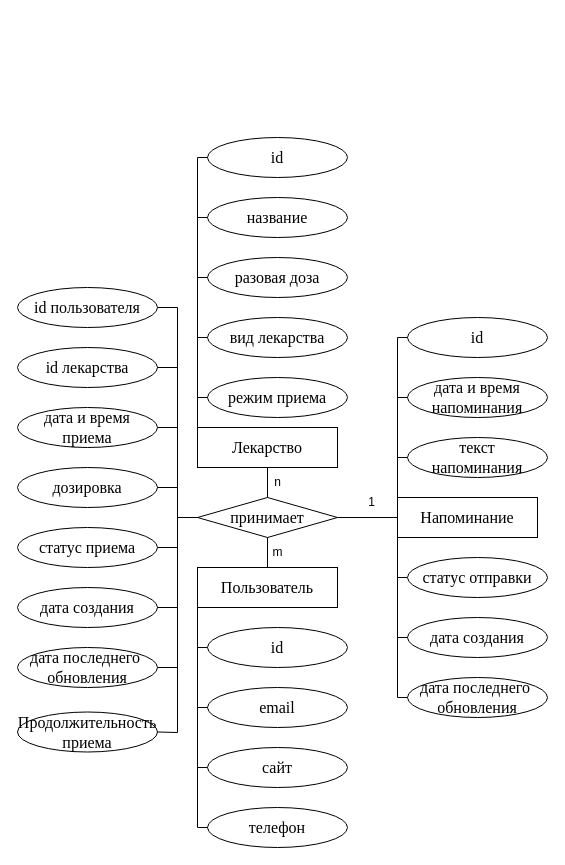
nikitalystsev/sem_06_bmstu keeps this draw.io diagram as ppo/labs/lab_01/img/scheme_drawio/er-diag.drawio. Above is the earlier version. Source tidied: cells renumbered, new cells numbered last; positions are measured from the earlier drawing's top-left corner, leaving out a move shared by most shapes. Both pictures are drawn from the tidied source at 100%, with x=0, y=0 at pixel (17, 137).
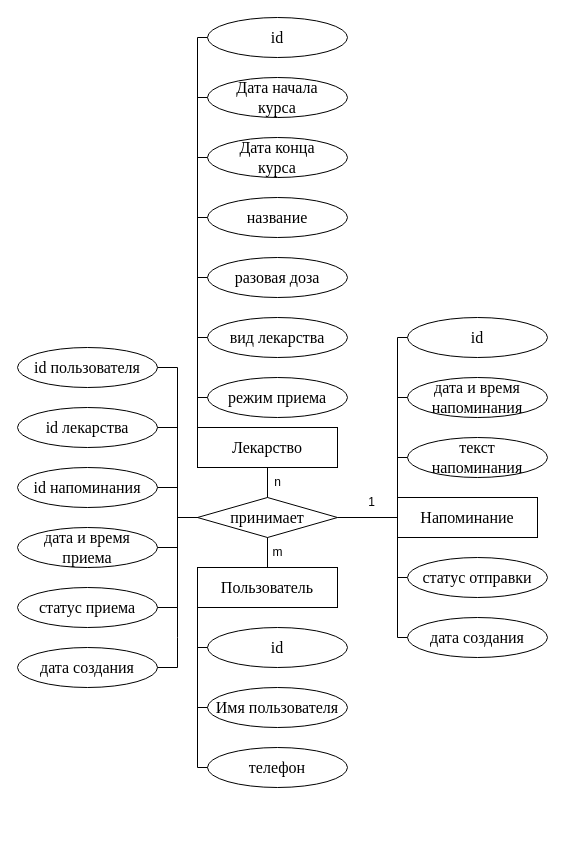
After the change.

Unchanged cells that the change refers to:
```xml
<mxCell id="2" value="Пользователь" style="rounded=0;whiteSpace=wrap;html=1;fontFamily=Times New Roman;fontSize=16;points=[[0,0,0,0,0],[0,0.25,0,0,0],[0,0.5,0,0,0],[0,0.75,0,0,0],[0,1,0,0,0],[0.43,0,0,0,0],[0.43,1,0,0,0],[0.5,0,0,0,0],[0.5,1,0,0,0],[0.57,0,0,0,0],[0.57,1,0,0,0],[1,0,0,0,0],[1,0.25,0,0,0],[1,0.5,0,0,0],[1,0.75,0,0,0],[1,1,0,0,0]];" parent="1" vertex="1">
  <mxGeometry x="180" y="430" width="140" height="40" as="geometry" />
</mxCell>
<mxCell id="22" value="принимает" style="rhombus;whiteSpace=wrap;html=1;fontFamily=Times New Roman;fontSize=16;spacingTop=0;" parent="1" vertex="1">
  <mxGeometry x="180" y="360" width="140" height="40" as="geometry" />
</mxCell>
```

Change to the diagram source:
```diff
@@
-    <mxCell id="3" value="сайт" style="ellipse;whiteSpace=wrap;html=1;fontFamily=Times New Roman;fontSize=16;" parent="1" vertex="1">
+    <mxCell id="3" value="телефон" style="ellipse;whiteSpace=wrap;html=1;fontFamily=Times New Roman;fontSize=16;" parent="1" vertex="1">
       <mxGeometry x="190" y="610" width="140" height="40" as="geometry" />
     </mxCell>
-    <mxCell id="4" value="телефон" style="ellipse;whiteSpace=wrap;html=1;fontFamily=Times New Roman;fontSize=16;" parent="1" vertex="1">
-      <mxGeometry x="190" y="670" width="140" height="40" as="geometry" />
-    </mxCell>
-    <mxCell id="5" value="email" style="ellipse;whiteSpace=wrap;html=1;fontFamily=Times New Roman;fontSize=16;" parent="1" vertex="1">
+    <mxCell id="5" value="Имя пользователя" style="ellipse;whiteSpace=wrap;html=1;fontFamily=Times New Roman;fontSize=16;" parent="1" vertex="1">
       <mxGeometry x="190" y="550" width="140" height="40" as="geometry" />
     </mxCell>
@@
     <mxCell id="9" value="id" style="ellipse;whiteSpace=wrap;html=1;fontFamily=Times New Roman;fontSize=16;" parent="1" vertex="1">
-      <mxGeometry x="190" width="140" height="40" as="geometry" />
+      <mxGeometry x="190" y="-120" width="140" height="40" as="geometry" />
     </mxCell>
@@
     <mxCell id="13" style="endArrow=none;html=1;rounded=0;entryX=0;entryY=0.5;entryDx=0;entryDy=0;" parent="1" edge="1" target="9">
       <mxGeometry relative="1" as="geometry">
         <mxPoint x="180" y="290" as="sourcePoint" />
         <Array as="points">
           <mxPoint x="180" y="20" />
+          <mxPoint x="180" y="-100" />
         </Array>
       </mxGeometry>
     </mxCell>
@@
-    <mxCell id="18" style="endArrow=none;html=1;rounded=0;entryX=0;entryY=1;entryDx=0;entryDy=0;entryPerimeter=0;exitX=0;exitY=0.5;exitDx=0;exitDy=0;" parent="1" edge="1" source="4" target="2">
-      <mxGeometry relative="1" as="geometry">
-        <Array as="points">
-          <mxPoint x="180" y="690" />
-        </Array>
-      </mxGeometry>
-    </mxCell>
@@
-    <mxCell id="37" value="дата последнего&amp;nbsp;&lt;br&gt;обновления" style="ellipse;whiteSpace=wrap;html=1;fontFamily=Times New Roman;fontSize=16;" parent="1" vertex="1">
-      <mxGeometry x="390" y="540" width="140" height="40" as="geometry" />
-    </mxCell>
-    <mxCell id="38" style="endArrow=none;html=1;rounded=0;entryX=0;entryY=1;entryDx=0;entryDy=0;entryPerimeter=0;exitX=0;exitY=0.5;exitDx=0;exitDy=0;" parent="1" edge="1" source="37">
-      <mxGeometry relative="1" as="geometry">
-        <mxPoint x="380" y="340" as="targetPoint" />
-        <Array as="points">
-          <mxPoint x="380" y="560" />
-        </Array>
-      </mxGeometry>
-    </mxCell>
@@
     <mxCell id="42" value="id лекарства" style="ellipse;whiteSpace=wrap;html=1;fontFamily=Times New Roman;fontSize=16;" parent="1" vertex="1">
-      <mxGeometry y="210" width="140" height="40" as="geometry" />
+      <mxGeometry y="270" width="140" height="40" as="geometry" />
     </mxCell>
     <mxCell id="43" value="дата и время приема" style="ellipse;whiteSpace=wrap;html=1;fontFamily=Times New Roman;fontSize=16;" parent="1" vertex="1">
-      <mxGeometry y="270" width="140" height="40" as="geometry" />
+      <mxGeometry y="390" width="140" height="40" as="geometry" />
     </mxCell>
     <mxCell id="44" value="id пользователя" style="ellipse;whiteSpace=wrap;html=1;fontFamily=Times New Roman;fontSize=16;" parent="1" vertex="1">
-      <mxGeometry y="150" width="140" height="40" as="geometry" />
+      <mxGeometry y="210" width="140" height="40" as="geometry" />
     </mxCell>
-    <mxCell id="45" value="дозировка" style="ellipse;whiteSpace=wrap;html=1;fontFamily=Times New Roman;fontSize=16;" parent="1" vertex="1">
-      <mxGeometry y="330" width="140" height="40" as="geometry" />
-    </mxCell>
     <mxCell id="46" value="статус приема" style="ellipse;whiteSpace=wrap;html=1;fontFamily=Times New Roman;fontSize=16;" parent="1" vertex="1">
-      <mxGeometry y="390" width="140" height="40" as="geometry" />
+      <mxGeometry y="450" width="140" height="40" as="geometry" />
     </mxCell>
     <mxCell id="47" value="дата создания" style="ellipse;whiteSpace=wrap;html=1;fontFamily=Times New Roman;fontSize=16;" parent="1" vertex="1">
-      <mxGeometry y="450" width="140" height="40" as="geometry" />
+      <mxGeometry y="510" width="140" height="40" as="geometry" />
     </mxCell>
-    <mxCell id="48" value="дата последнего&amp;nbsp;&lt;br&gt;обновления" style="ellipse;whiteSpace=wrap;html=1;fontFamily=Times New Roman;fontSize=16;" parent="1" vertex="1">
-      <mxGeometry y="510" width="140" height="40" as="geometry" />
-    </mxCell>
-    <mxCell id="49" value="Продолжительность приема" style="ellipse;whiteSpace=wrap;html=1;fontFamily=Times New Roman;fontSize=16;" parent="1" vertex="1">
-      <mxGeometry y="574.5" width="140" height="40" as="geometry" />
-    </mxCell>
-    <mxCell id="50" style="endArrow=none;html=1;rounded=0;entryX=0;entryY=0.5;entryDx=0;entryDy=0;exitX=1;exitY=0.5;exitDx=0;exitDy=0;" parent="1" edge="1" source="49" target="22">
-      <mxGeometry relative="1" as="geometry">
-        <Array as="points">
-          <mxPoint x="160" y="595" />
-          <mxPoint x="160" y="380" />
-        </Array>
-      </mxGeometry>
-    </mxCell>
     <mxCell id="51" style="endArrow=none;html=1;rounded=0;entryX=1;entryY=0.5;entryDx=0;entryDy=0;exitX=0;exitY=0.5;exitDx=0;exitDy=0;" parent="1" edge="1" source="22" target="44">
       <mxGeometry relative="1" as="geometry">
         <Array as="points">
           <mxPoint x="160" y="380" />
-          <mxPoint x="160" y="170" />
+          <mxPoint x="160" y="230" />
         </Array>
       </mxGeometry>
     </mxCell>
     <mxCell id="52" style="endArrow=none;html=1;rounded=0;entryX=1;entryY=0.5;entryDx=0;entryDy=0;exitX=0;exitY=0.5;exitDx=0;exitDy=0;" parent="1" edge="1" source="22" target="42">
       <mxGeometry relative="1" as="geometry">
         <Array as="points">
           <mxPoint x="160" y="380" />
-          <mxPoint x="160" y="230" />
+          <mxPoint x="160" y="290" />
         </Array>
       </mxGeometry>
     </mxCell>
     <mxCell id="53" style="endArrow=none;html=1;rounded=0;entryX=0;entryY=0.5;entryDx=0;entryDy=0;exitX=1;exitY=0.5;exitDx=0;exitDy=0;" parent="1" edge="1" source="43" target="22">
       <mxGeometry relative="1" as="geometry">
         <Array as="points">
-          <mxPoint x="160" y="290" />
+          <mxPoint x="160" y="410" />
+          <mxPoint x="160" y="350" />
           <mxPoint x="160" y="380" />
         </Array>
       </mxGeometry>
     </mxCell>
-    <mxCell id="54" style="endArrow=none;html=1;rounded=0;entryX=0;entryY=0.5;entryDx=0;entryDy=0;exitX=1;exitY=0.5;exitDx=0;exitDy=0;" parent="1" edge="1" source="45" target="22">
-      <mxGeometry relative="1" as="geometry">
-        <Array as="points">
-          <mxPoint x="160" y="350" />
-          <mxPoint x="160" y="380" />
-        </Array>
-      </mxGeometry>
-    </mxCell>
     <mxCell id="55" style="endArrow=none;html=1;rounded=0;entryX=0;entryY=0.5;entryDx=0;entryDy=0;exitX=1;exitY=0.5;exitDx=0;exitDy=0;" parent="1" edge="1" source="46" target="22">
       <mxGeometry relative="1" as="geometry">
         <Array as="points">
+          <mxPoint x="160" y="470" />
+          <mxPoint x="160" y="440" />
           <mxPoint x="160" y="410" />
           <mxPoint x="160" y="380" />
         </Array>
       </mxGeometry>
     </mxCell>
     <mxCell id="56" style="endArrow=none;html=1;rounded=0;entryX=0;entryY=0.5;entryDx=0;entryDy=0;exitX=1;exitY=0.5;exitDx=0;exitDy=0;" parent="1" edge="1" source="47" target="22">
       <mxGeometry relative="1" as="geometry">
         <Array as="points">
+          <mxPoint x="160" y="530" />
+          <mxPoint x="160" y="500" />
           <mxPoint x="160" y="470" />
           <mxPoint x="160" y="380" />
         </Array>
       </mxGeometry>
     </mxCell>
-    <mxCell id="57" style="endArrow=none;html=1;rounded=0;entryX=0;entryY=0.5;entryDx=0;entryDy=0;exitX=1;exitY=0.5;exitDx=0;exitDy=0;" parent="1" edge="1" source="48" target="22">
-      <mxGeometry relative="1" as="geometry">
-        <Array as="points">
-          <mxPoint x="160" y="530" />
-          <mxPoint x="160" y="380" />
-        </Array>
-      </mxGeometry>
-    </mxCell>
+    <mxCell id="58" value="Дата начала &lt;br&gt;курса" style="ellipse;whiteSpace=wrap;html=1;fontFamily=Times New Roman;fontSize=16;" parent="1" vertex="1">
+      <mxGeometry x="190" y="-60" width="140" height="40" as="geometry" />
+    </mxCell>
+    <mxCell id="59" value="Дата конца&lt;br&gt;курса" style="ellipse;whiteSpace=wrap;html=1;fontFamily=Times New Roman;fontSize=16;" parent="1" vertex="1">
+      <mxGeometry x="190" width="140" height="40" as="geometry" />
+    </mxCell>
+    <mxCell id="60" style="endArrow=none;html=1;rounded=0;entryX=0;entryY=0.5;entryDx=0;entryDy=0;" parent="1" edge="1" target="58">
+      <mxGeometry relative="1" as="geometry">
+        <mxPoint x="180" y="290" as="sourcePoint" />
+        <Array as="points">
+          <mxPoint x="180" y="-40" />
+        </Array>
+      </mxGeometry>
+    </mxCell>
+    <mxCell id="61" style="endArrow=none;html=1;rounded=0;entryX=0;entryY=0.5;entryDx=0;entryDy=0;" parent="1" edge="1" target="59">
+      <mxGeometry relative="1" as="geometry">
+        <mxPoint x="180" y="290" as="sourcePoint" />
+        <Array as="points">
+          <mxPoint x="180" y="20" />
+        </Array>
+      </mxGeometry>
+    </mxCell>
+    <mxCell id="62" value="id напоминания" style="ellipse;whiteSpace=wrap;html=1;fontFamily=Times New Roman;fontSize=16;" parent="1" vertex="1">
+      <mxGeometry y="330" width="140" height="40" as="geometry" />
+    </mxCell>
+    <mxCell id="63" style="endArrow=none;html=1;rounded=0;exitX=1;exitY=0.5;exitDx=0;exitDy=0;" parent="1" edge="1" source="62">
+      <mxGeometry relative="1" as="geometry">
+        <mxPoint x="180" y="380" as="targetPoint" />
+        <Array as="points">
+          <mxPoint x="160" y="350" />
+          <mxPoint x="160" y="380" />
+        </Array>
+      </mxGeometry>
+    </mxCell>
```
